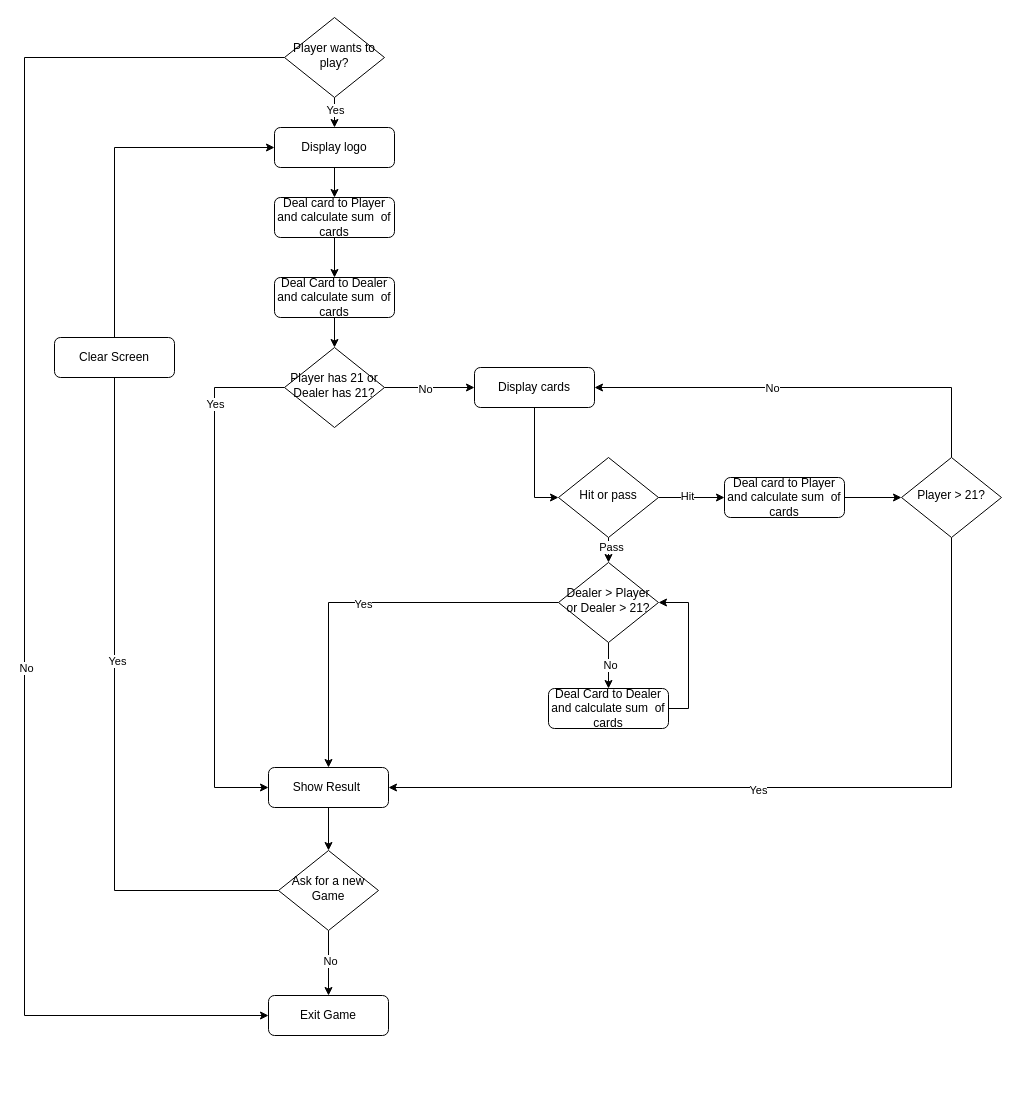
Before: day_11_blackjack_game/project_files/flowchart_blackjack.drawio in ErkanHatipoglu/100-days-of-code, a draw.io diagram. Source tidied: cells renumbered, new cells numbered last; positions are measured from the earlier drawing's top-left corner, leaving out a move shared by most shapes. Both pictures are drawn from the tidied source at 100%, with x=0, y=0 at pixel (24, 17).
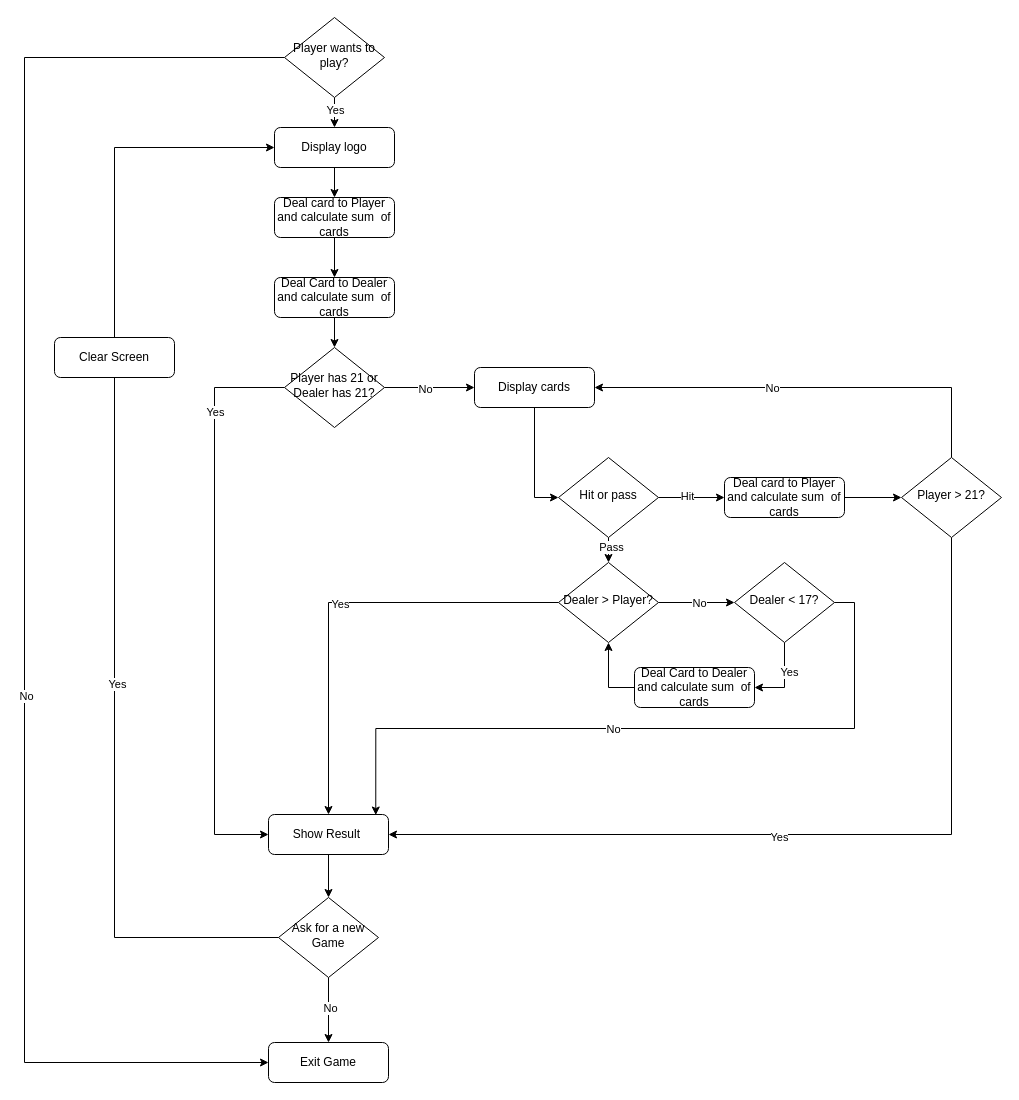
After the change.

Commit message:
Fix dealer<17 rule

The change refers to these unchanged cells:
```xml
<mxCell id="10" value="Player has 21 or Dealer has 21?" style="rhombus;whiteSpace=wrap;html=1;shadow=0;fontFamily=Helvetica;fontSize=12;align=center;strokeWidth=1;spacing=6;spacingTop=-4;" parent="1" vertex="1">
  <mxGeometry x="260" y="330" width="100" height="80" as="geometry" />
</mxCell>
<mxCell id="26" value="Player wants to play?" style="rhombus;whiteSpace=wrap;html=1;shadow=0;fontFamily=Helvetica;fontSize=12;align=center;strokeWidth=1;spacing=6;spacingTop=-4;" parent="1" vertex="1">
  <mxGeometry x="260" width="100" height="80" as="geometry" />
</mxCell>
<mxCell id="29" value="Clear Screen" style="rounded=1;whiteSpace=wrap;html=1;fontSize=12;glass=0;strokeWidth=1;shadow=0;" parent="1" vertex="1">
  <mxGeometry x="30" y="320" width="120" height="40" as="geometry" />
</mxCell>
```

The edit, as a diff of the source:
```diff
@@
     <mxCell id="6" style="edgeStyle=orthogonalEdgeStyle;rounded=0;jettySize=auto;html=1;exitX=0;exitY=0.5;exitDx=0;exitDy=0;entryX=0;entryY=0.5;entryDx=0;entryDy=0;" parent="1" edge="1" source="10" target="12">
       <mxGeometry relative="1" as="geometry">
         <Array as="points">
           <mxPoint x="190" y="370" />
-          <mxPoint x="190" y="770" />
+          <mxPoint x="190" y="817" />
         </Array>
       </mxGeometry>
     </mxCell>
@@
     <mxCell id="12" value="Show Result&amp;nbsp;" style="rounded=1;whiteSpace=wrap;html=1;fontSize=12;glass=0;strokeWidth=1;shadow=0;" parent="1" vertex="1">
-      <mxGeometry x="244" y="750" width="120" height="40" as="geometry" />
+      <mxGeometry x="244" y="797" width="120" height="40" as="geometry" />
     </mxCell>
@@
     <mxCell id="17" value="Exit Game" style="rounded=1;whiteSpace=wrap;html=1;fontSize=12;glass=0;strokeWidth=1;shadow=0;" parent="1" vertex="1">
-      <mxGeometry x="244" y="978" width="120" height="40" as="geometry" />
+      <mxGeometry x="244" y="1025" width="120" height="40" as="geometry" />
     </mxCell>
@@
     <mxCell id="21" value="Ask for a new Game" style="rhombus;whiteSpace=wrap;html=1;shadow=0;fontFamily=Helvetica;fontSize=12;align=center;strokeWidth=1;spacing=6;spacingTop=-4;" parent="1" vertex="1">
-      <mxGeometry x="254" y="833" width="100" height="80" as="geometry" />
+      <mxGeometry x="254" y="880" width="100" height="80" as="geometry" />
     </mxCell>
@@
     <mxCell id="24" style="edgeStyle=orthogonalEdgeStyle;rounded=0;jettySize=auto;html=1;exitX=0;exitY=0.5;exitDx=0;exitDy=0;entryX=0;entryY=0.5;entryDx=0;entryDy=0;" parent="1" edge="1" source="26" target="17">
       <mxGeometry relative="1" as="geometry">
         <Array as="points">
           <mxPoint y="40" />
-          <mxPoint y="998" />
+          <mxPoint y="1045" />
         </Array>
       </mxGeometry>
     </mxCell>
@@
     <mxCell id="27" style="edgeStyle=orthogonalEdgeStyle;rounded=0;jettySize=auto;html=1;exitX=0;exitY=0.5;exitDx=0;exitDy=0;entryX=0;entryY=0.5;entryDx=0;entryDy=0;" parent="1" edge="1" source="21" target="29">
       <mxGeometry relative="1" as="geometry">
         <Array as="points">
-          <mxPoint x="90" y="873" />
+          <mxPoint x="90" y="920" />
           <mxPoint x="90" y="340" />
         </Array>
       </mxGeometry>
     </mxCell>
@@
-    <mxCell id="37" style="edgeStyle=orthogonalEdgeStyle;rounded=0;jettySize=auto;html=1;exitX=0.5;exitY=1;exitDx=0;exitDy=0;entryX=0.5;entryY=0;entryDx=0;entryDy=0;" parent="1" edge="1" source="39" target="41">
-      <mxGeometry relative="1" as="geometry" />
-    </mxCell>
-    <mxCell id="38" value="No" style="edgeLabel;html=1;align=center;verticalAlign=middle;" parent="37" vertex="1">
-      <mxGeometry x="-0.06" y="1" relative="1" as="geometry" />
-    </mxCell>
+    <mxCell id="49" style="edgeStyle=orthogonalEdgeStyle;rounded=0;jettySize=auto;html=1;exitX=1;exitY=0.5;exitDx=0;exitDy=0;entryX=0;entryY=0.5;entryDx=0;entryDy=0;" parent="1" edge="1" source="39" target="53">
+      <mxGeometry relative="1" as="geometry" />
+    </mxCell>
+    <mxCell id="50" value="No" style="edgeLabel;html=1;align=center;verticalAlign=middle;" parent="49" vertex="1">
+      <mxGeometry x="0.04" relative="1" as="geometry" />
+    </mxCell>
-    <mxCell id="39" value="Dealer &amp;gt; Player or Dealer &amp;gt; 21?" style="rhombus;whiteSpace=wrap;html=1;shadow=0;fontFamily=Helvetica;fontSize=12;align=center;strokeWidth=1;spacing=6;spacingTop=-4;" parent="1" vertex="1">
+    <mxCell id="39" value="Dealer &amp;gt; Player?" style="rhombus;whiteSpace=wrap;html=1;shadow=0;fontFamily=Helvetica;fontSize=12;align=center;strokeWidth=1;spacing=6;spacingTop=-4;" parent="1" vertex="1">
       <mxGeometry x="534" y="545" width="100" height="80" as="geometry" />
     </mxCell>
-    <mxCell id="40" style="edgeStyle=orthogonalEdgeStyle;rounded=0;jettySize=auto;html=1;exitX=1;exitY=0.5;exitDx=0;exitDy=0;entryX=1;entryY=0.5;entryDx=0;entryDy=0;" parent="1" edge="1" source="41" target="39">
+    <mxCell id="40" style="edgeStyle=orthogonalEdgeStyle;rounded=0;jettySize=auto;html=1;exitX=0;exitY=0.5;exitDx=0;exitDy=0;entryX=0.5;entryY=1;entryDx=0;entryDy=0;" parent="1" edge="1" source="41" target="39">
       <mxGeometry relative="1" as="geometry" />
     </mxCell>
     <mxCell id="41" value="Deal Card to Dealer and calculate sum&amp;nbsp; of cards" style="rounded=1;whiteSpace=wrap;html=1;fontSize=12;glass=0;strokeWidth=1;shadow=0;" parent="1" vertex="1">
-      <mxGeometry x="524" y="671" width="120" height="40" as="geometry" />
+      <mxGeometry x="610" y="650" width="120" height="40" as="geometry" />
     </mxCell>
@@
+    <mxCell id="51" style="edgeStyle=orthogonalEdgeStyle;rounded=0;jettySize=auto;html=1;exitX=0.5;exitY=1;exitDx=0;exitDy=0;entryX=1;entryY=0.5;entryDx=0;entryDy=0;" parent="1" edge="1" source="53" target="41">
+      <mxGeometry relative="1" as="geometry" />
+    </mxCell>
+    <mxCell id="52" value="Yes" style="edgeLabel;html=1;align=center;verticalAlign=middle;" parent="51" vertex="1">
+      <mxGeometry x="-0.23" y="4" relative="1" as="geometry" />
+    </mxCell>
+    <mxCell id="53" value="Dealer &amp;lt; 17?" style="rhombus;whiteSpace=wrap;html=1;shadow=0;fontFamily=Helvetica;fontSize=12;align=center;strokeWidth=1;spacing=6;spacingTop=-4;" parent="1" vertex="1">
+      <mxGeometry x="710" y="545" width="100" height="80" as="geometry" />
+    </mxCell>
+    <mxCell id="54" style="edgeStyle=orthogonalEdgeStyle;rounded=0;jettySize=auto;html=1;exitX=1;exitY=0.5;exitDx=0;exitDy=0;entryX=0.894;entryY=0.013;entryDx=0;entryDy=0;entryPerimeter=0;" parent="1" edge="1" source="53" target="12">
+      <mxGeometry relative="1" as="geometry" />
+    </mxCell>
+    <mxCell id="55" value="No" style="edgeLabel;html=1;align=center;verticalAlign=middle;" parent="54" vertex="1">
+      <mxGeometry x="0.09" relative="1" as="geometry" />
+    </mxCell>
```
